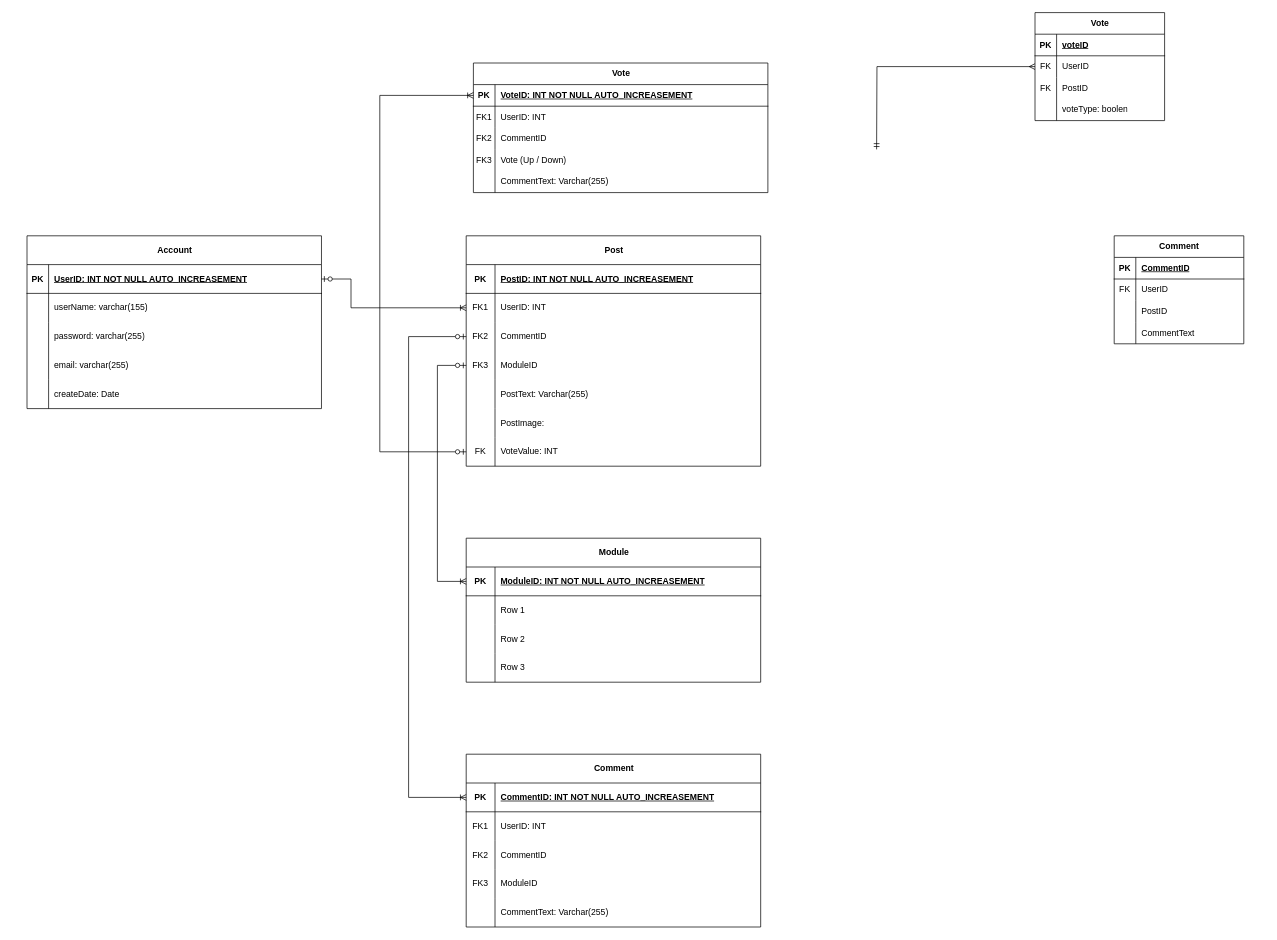
The draw.io diagram planing/forume.drawio in ArtLMT/Forum_GCS230428, before the edit. Source tidied: cells renumbered, new cells numbered last; positions are measured from the earlier drawing's top-left corner, leaving out a move shared by most shapes. Both pictures are drawn from the tidied source at 72%, with x=0, y=0 at pixel (27, 12).
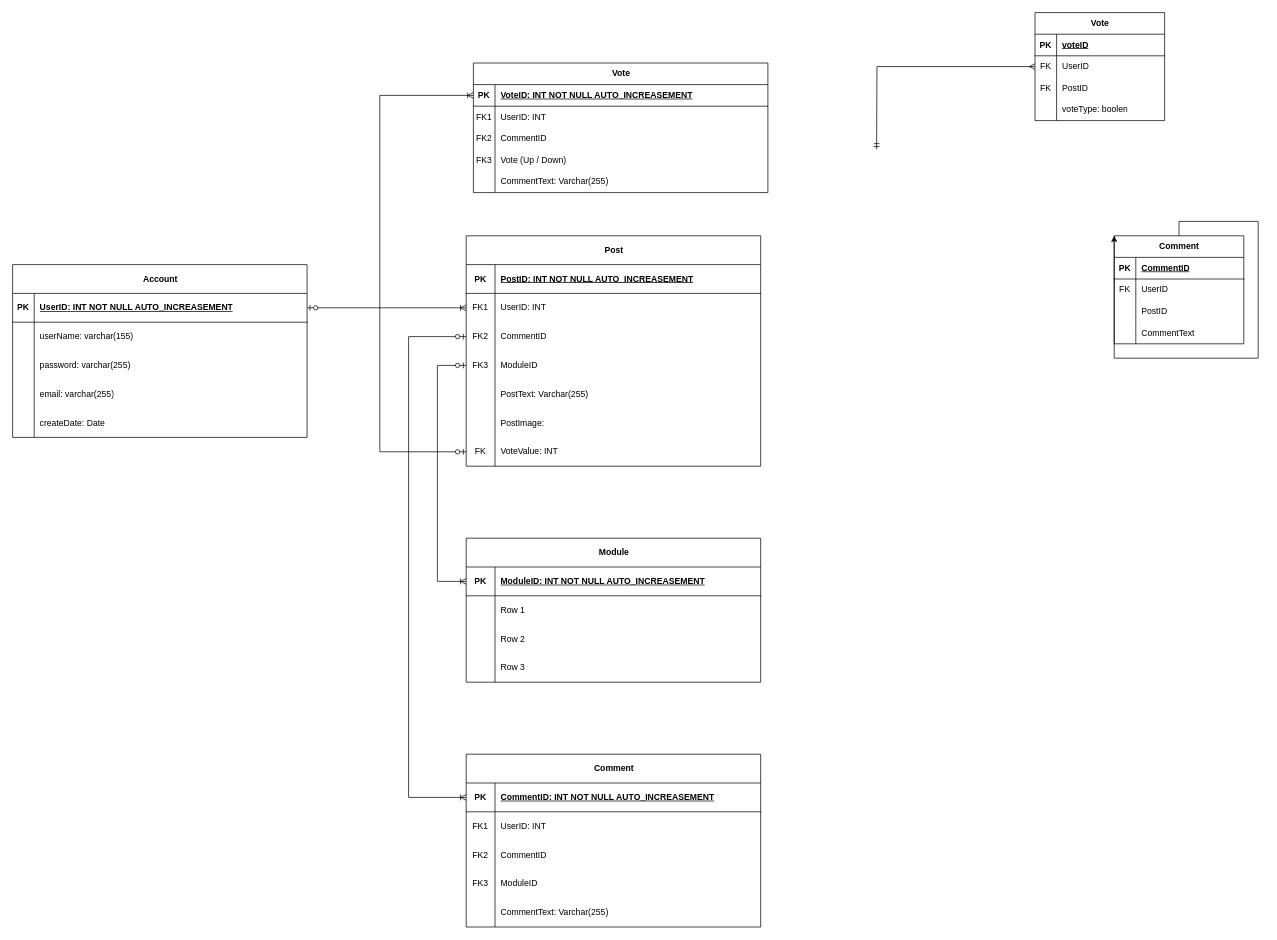
The same diagram, later.

The change refers to these unchanged cells:
```xml
<mxCell id="2" value="Comment" style="shape=table;startSize=30;childLayout=tableLayout;rowLines=0;fontStyle=1;align=center;html=1;" parent="1" vertex="1">
  <mxGeometry x="1510" y="310" width="180" height="150" as="geometry" />
</mxCell>
<mxCell id="43" style="shape=tableRow;horizontal=0;startSize=0;swimlaneHead=0;swimlaneBody=0;fillColor=none;points=[[0,0.5],[1,0.5]];portConstraint=eastwest;top=0;left=0;right=0;bottom=1;" parent="42" vertex="1">
  <mxGeometry y="40" width="409" height="40" as="geometry" />
</mxCell>
<mxCell id="62" style="shape=tableRow;horizontal=0;startSize=0;swimlaneHead=0;swimlaneBody=0;fillColor=none;points=[[0,0.5],[1,0.5]];portConstraint=eastwest;top=0;left=0;right=0;bottom=0;" parent="58" vertex="1">
  <mxGeometry y="80" width="409" height="40" as="geometry" />
</mxCell>
```

Change to the diagram source:
```diff
@@
     <mxCell id="42" value="Account" style="shape=table;startSize=40;childLayout=tableLayout;rowLines=0;fontStyle=1;align=center;html=1;" parent="1" vertex="1">
-      <mxGeometry y="310" width="409" height="240" as="geometry" />
+      <mxGeometry x="-20" y="350" width="409" height="240" as="geometry" />
     </mxCell>
@@
-    <mxCell id="112" style="edgeStyle=orthogonalEdgeStyle;fontSize=12;html=1;endArrow=ERoneToMany;startArrow=ERzeroToOne;rounded=0;exitX=1;exitY=0.5;exitDx=0;exitDy=0;entryX=0;entryY=0.5;entryDx=0;entryDy=0;" parent="1" edge="1" source="43" target="62">
-      <mxGeometry relative="1" as="geometry">
-        <Array as="points">
-          <mxPoint x="450" y="370" />
-          <mxPoint x="450" y="410" />
-        </Array>
-      </mxGeometry>
+    <mxCell id="112" style="fontSize=12;html=1;endArrow=ERoneToMany;startArrow=ERzeroToOne;rounded=0;exitX=1;exitY=0.5;exitDx=0;exitDy=0;entryX=0;entryY=0.5;entryDx=0;entryDy=0;" parent="1" edge="1" source="43" target="62">
+      <mxGeometry relative="1" as="geometry" />
     </mxCell>
@@
+    <mxCell id="116" style="edgeStyle=orthogonalEdgeStyle;rounded=0;orthogonalLoop=1;jettySize=auto;html=1;exitX=0.5;exitY=0;exitDx=0;exitDy=0;entryX=0;entryY=0;entryDx=0;entryDy=0;" parent="1" edge="1" source="2" target="2">
+      <mxGeometry relative="1" as="geometry" />
+    </mxCell>
```
